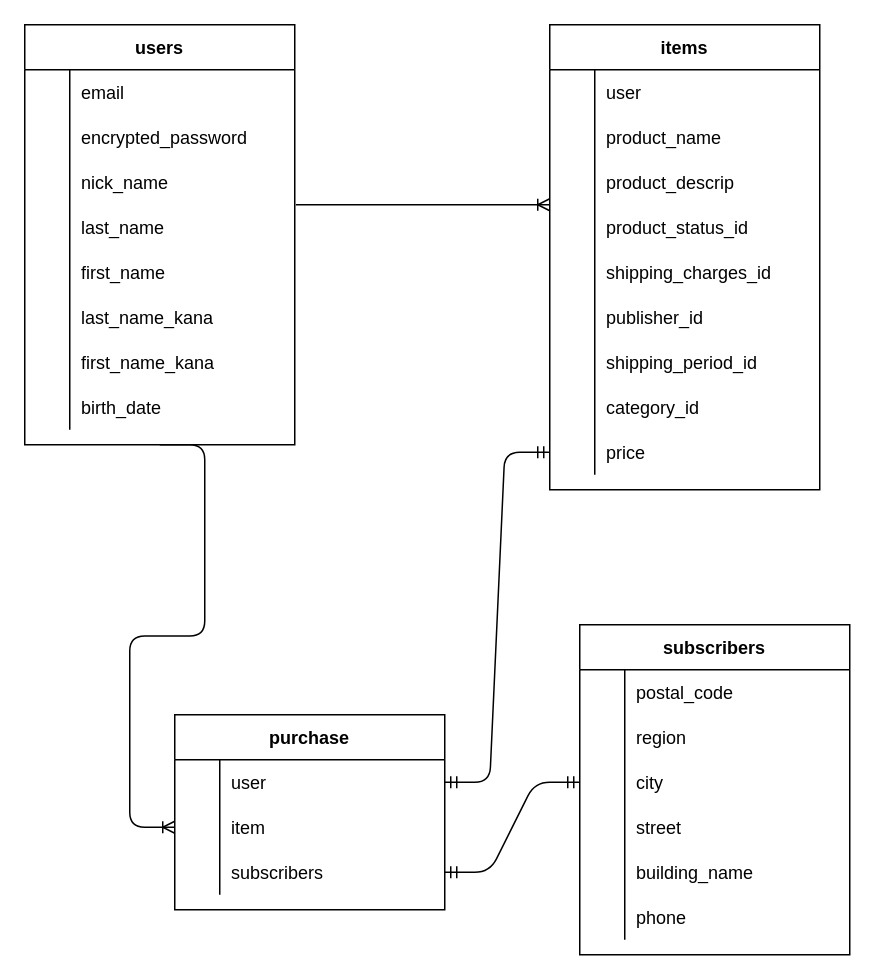
Above: ER.dio in komadorihouse/furima-35680 (draw.io), before the change. Source tidied: cells renumbered, new cells numbered last; positions are measured from the earlier drawing's top-left corner, leaving out a move shared by most shapes. Both pictures are drawn from the tidied source at 150%, with x=0, y=0 at pixel (24, 24).
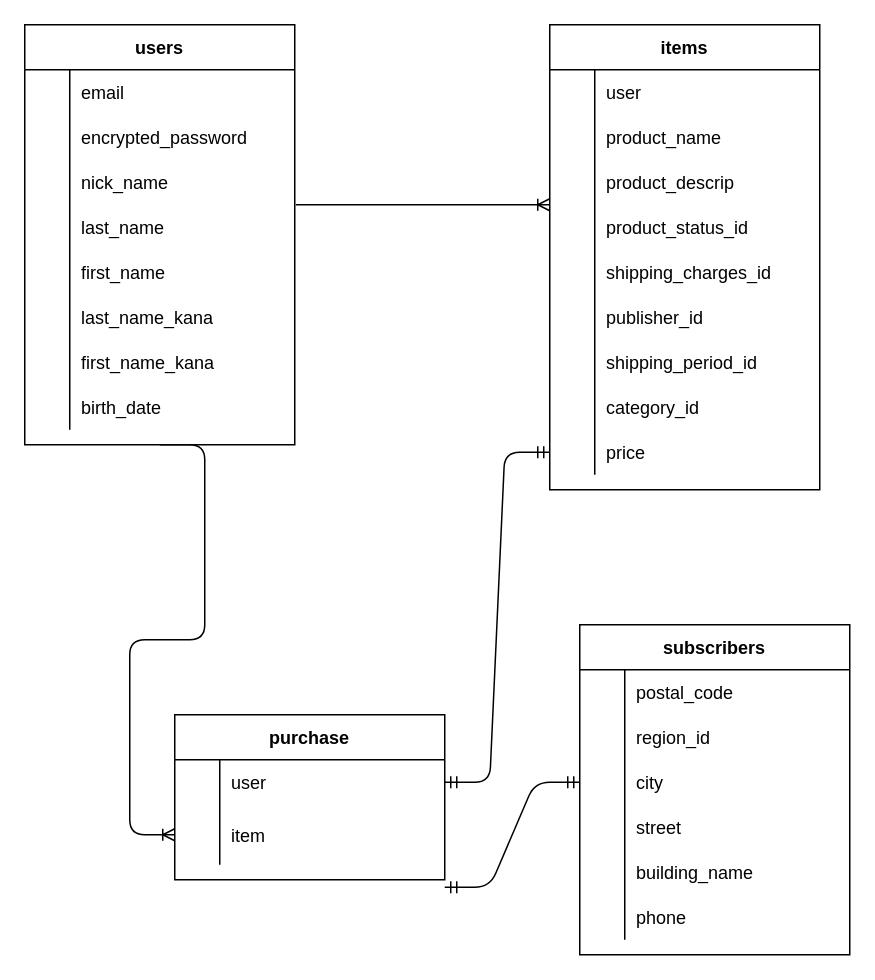
After the change.

Unchanged cells that the change refers to:
```xml
<mxCell id="59" style="shape=partialRectangle;fillColor=none;top=0;left=0;bottom=0;right=0;" parent="55" vertex="1">
  <mxGeometry y="60" width="180" height="30" as="geometry" />
</mxCell>
<mxCell id="62" style="shape=partialRectangle;fillColor=none;top=0;left=0;bottom=0;right=0;points=[[0,0.5],[1,0.5]];portConstraint=eastwest;" parent="55" vertex="1">
  <mxGeometry y="90" width="180" height="30" as="geometry" />
</mxCell>
```

Change to the diagram source:
```diff
@@
-    <mxCell id="61" value="region" style="shape=partialRectangle;fillColor=none;top=0;left=0;bottom=0;right=0;align=left;spacingLeft=6;overflow=hidden;" parent="59" vertex="1">
+    <mxCell id="61" value="region_id" style="shape=partialRectangle;fillColor=none;top=0;left=0;bottom=0;right=0;align=left;spacingLeft=6;overflow=hidden;" parent="59" vertex="1">
       <mxGeometry x="30" width="150" height="30" as="geometry" />
     </mxCell>
@@
     <mxCell id="74" value="purchase" style="shape=table;startSize=30;childLayout=tableLayout;rowLines=0;fontStyle=1;align=center;" parent="1" vertex="1">
-      <mxGeometry x="100" y="460" width="180" height="130" as="geometry" />
+      <mxGeometry x="100" y="460" width="180" height="110" as="geometry" />
     </mxCell>
@@
     <mxCell id="78" style="shape=partialRectangle;fillColor=none;top=0;left=0;bottom=0;right=0;points=[[0,0.5],[1,0.5]];portConstraint=eastwest;" parent="74" vertex="1">
-      <mxGeometry y="60" width="180" height="30" as="geometry" />
+      <mxGeometry y="60" width="180" height="40" as="geometry" />
     </mxCell>
     <mxCell id="79" style="shape=partialRectangle;fillColor=none;top=0;left=0;bottom=0;right=0;overflow=hidden;" parent="78" vertex="1">
-      <mxGeometry width="30" height="30" as="geometry" />
+      <mxGeometry width="30" height="40" as="geometry" />
     </mxCell>
     <mxCell id="80" value="item" style="shape=partialRectangle;fillColor=none;top=0;left=0;bottom=0;right=0;align=left;spacingLeft=6;overflow=hidden;" parent="78" vertex="1">
-      <mxGeometry x="30" width="150" height="30" as="geometry" />
+      <mxGeometry x="30" width="150" height="40" as="geometry" />
     </mxCell>
-    <mxCell id="81" style="shape=partialRectangle;fillColor=none;top=0;left=0;bottom=0;right=0;points=[[0,0.5],[1,0.5]];portConstraint=eastwest;" parent="74" vertex="1">
-      <mxGeometry y="90" width="180" height="30" as="geometry" />
-    </mxCell>
-    <mxCell id="82" style="shape=partialRectangle;fillColor=none;top=0;left=0;bottom=0;right=0;overflow=hidden;" parent="81" vertex="1">
-      <mxGeometry width="30" height="30" as="geometry" />
-    </mxCell>
-    <mxCell id="83" value="subscribers" style="shape=partialRectangle;fillColor=none;top=0;left=0;bottom=0;right=0;align=left;spacingLeft=6;overflow=hidden;" parent="81" vertex="1">
-      <mxGeometry x="30" width="150" height="30" as="geometry" />
-    </mxCell>
@@
-    <mxCell id="87" style="edgeStyle=entityRelationEdgeStyle;fontSize=12;html=1;endArrow=ERmandOne;startArrow=ERmandOne;exitX=1;exitY=0.5;exitDx=0;exitDy=0;entryX=0;entryY=0.5;entryDx=0;entryDy=0;" parent="1" edge="1" source="81" target="62">
-      <mxGeometry relative="1" as="geometry" />
+    <mxCell id="87" style="edgeStyle=entityRelationEdgeStyle;fontSize=12;html=1;endArrow=ERmandOne;startArrow=ERmandOne;exitX=1;exitY=0.5;exitDx=0;exitDy=0;entryX=0;entryY=0.5;entryDx=0;entryDy=0;" parent="1" edge="1" target="62">
+      <mxGeometry relative="1" as="geometry">
+        <mxPoint x="280" y="575" as="sourcePoint" />
+      </mxGeometry>
     </mxCell>
```
